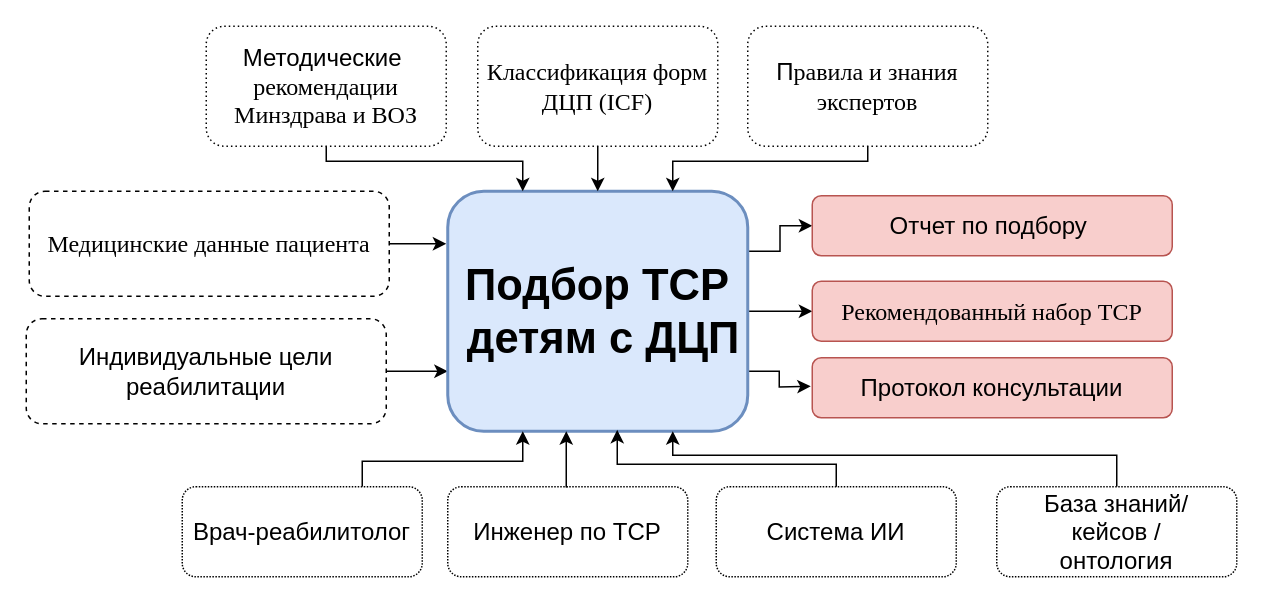
Earlier version of the draw.io diagram project/tobe_idef_0.drawio (oksana-niki/intelligent-systems-lab). Source tidied: cells renumbered, new cells numbered last; positions are measured from the earlier drawing's top-left corner, leaving out a move shared by most shapes. Both pictures are drawn from the tidied source at 150%, with x=0, y=0 at pixel (26, 26).
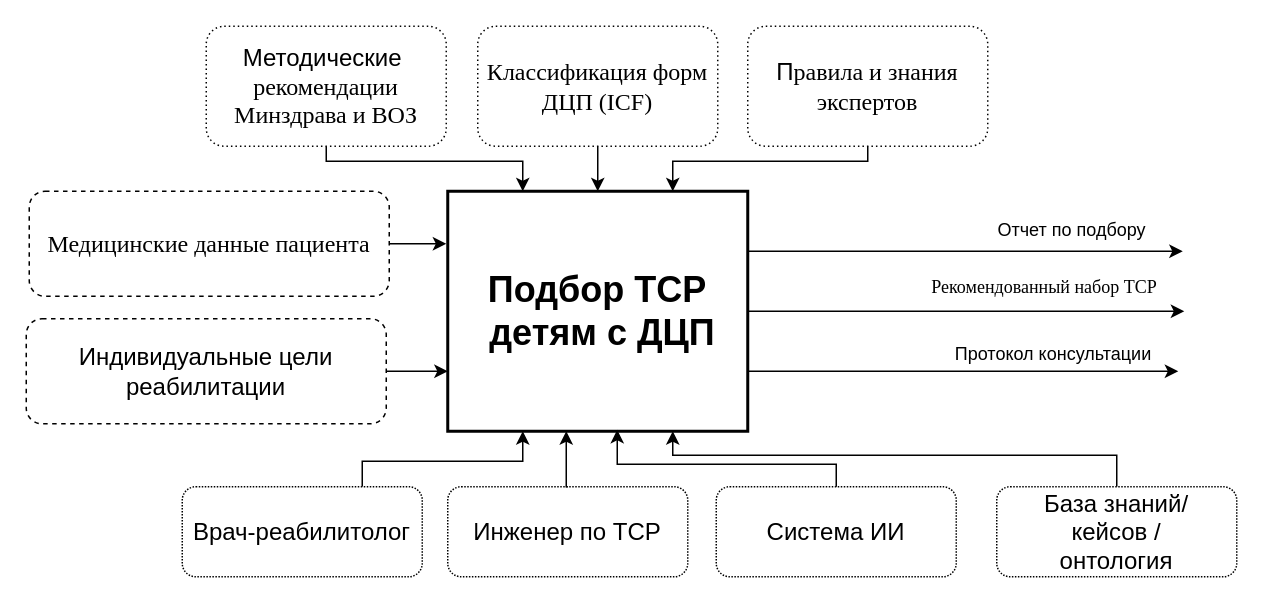
Above is the later version.

What changed in the source:
```diff
@@
-    <mxCell id="6" style="edgeStyle=orthogonalEdgeStyle;rounded=0;jettySize=auto;html=1;exitX=1;exitY=0.25;exitDx=0;exitDy=0;entryX=0;entryY=0.5;entryDx=0;entryDy=0;" parent="1" edge="1" source="9" target="10">
-      <mxGeometry relative="1" as="geometry" />
-    </mxCell>
-    <mxCell id="7" style="edgeStyle=orthogonalEdgeStyle;rounded=0;jettySize=auto;html=1;exitX=1;exitY=0.75;exitDx=0;exitDy=0;" parent="1" edge="1" source="9">
-      <mxGeometry relative="1" as="geometry">
-        <mxPoint x="523" y="240" as="targetPoint" />
-      </mxGeometry>
-    </mxCell>
-    <mxCell id="8" style="edgeStyle=orthogonalEdgeStyle;rounded=0;jettySize=auto;html=1;exitX=1;exitY=0.5;exitDx=0;exitDy=0;entryX=0;entryY=0.5;entryDx=0;entryDy=0;" parent="1" edge="1" source="9" target="11">
-      <mxGeometry relative="1" as="geometry" />
-    </mxCell>
+    <mxCell id="27" style="edgeStyle=orthogonalEdgeStyle;rounded=0;jettySize=auto;html=1;exitX=1;exitY=0.25;exitDx=0;exitDy=0;" parent="1" edge="1" source="9">
+      <mxGeometry relative="1" as="geometry">
+        <mxPoint x="771" y="150" as="targetPoint" />
+      </mxGeometry>
+    </mxCell>
+    <mxCell id="28" style="edgeStyle=orthogonalEdgeStyle;rounded=0;jettySize=auto;html=1;exitX=1;exitY=0.5;exitDx=0;exitDy=0;" parent="1" edge="1" source="9">
+      <mxGeometry relative="1" as="geometry">
+        <mxPoint x="772" y="190" as="targetPoint" />
+      </mxGeometry>
+    </mxCell>
+    <mxCell id="29" style="edgeStyle=orthogonalEdgeStyle;rounded=0;jettySize=auto;html=1;exitX=1;exitY=0.75;exitDx=0;exitDy=0;" parent="1" edge="1" source="9">
+      <mxGeometry relative="1" as="geometry">
+        <mxPoint x="768" y="230" as="targetPoint" />
+      </mxGeometry>
+    </mxCell>
-    <mxCell id="9" value="Подбор ТСР&lt;div&gt;&amp;nbsp;детям с ДЦП&lt;/div&gt;" style="rounded=1;whiteSpace=wrap;html=1;fillColor=#dae8fc;strokeColor=#6c8ebf;fontSize=29;fontStyle=1;strokeWidth=2;" parent="1" vertex="1">
+    <mxCell id="9" value="Подбор ТСР&lt;div&gt;&amp;nbsp;детям с ДЦП&lt;/div&gt;" style="rounded=0;whiteSpace=wrap;html=1;fontSize=24;fontStyle=1;strokeWidth=2;" parent="1" vertex="1">
       <mxGeometry x="281" y="110" width="200" height="160" as="geometry" />
     </mxCell>
-    <mxCell id="10" value="&lt;div style=&quot;text-align: left;&quot;&gt;&lt;span style=&quot;text-align: center;&quot;&gt;Отчет по подбору&amp;nbsp;&lt;/span&gt;&lt;/div&gt;" style="rounded=1;whiteSpace=wrap;html=1;fontSize=16;fillColor=#f8cecc;strokeColor=#b85450;" parent="1" vertex="1">
-      <mxGeometry x="524" y="113" width="240" height="40" as="geometry" />
-    </mxCell>
-    <mxCell id="11" value="&lt;span style=&quot;font-family: Times; text-align: left;&quot;&gt;Рекомендованный набор ТСР&lt;/span&gt;" style="rounded=1;whiteSpace=wrap;html=1;fontSize=16;fillColor=#f8cecc;strokeColor=#b85450;" parent="1" vertex="1">
-      <mxGeometry x="524" y="170" width="240" height="40" as="geometry" />
-    </mxCell>
-    <mxCell id="12" value="Протокол консультации" style="rounded=1;whiteSpace=wrap;html=1;fontSize=16;fillColor=#f8cecc;strokeColor=#b85450;" parent="1" vertex="1">
-      <mxGeometry x="524" y="221" width="240" height="40" as="geometry" />
-    </mxCell>
@@
+    <mxCell id="10" value="&lt;span&gt;Отчет по подбору&amp;nbsp;&lt;/span&gt;" style="text;html=1;align=center;verticalAlign=middle;whiteSpace=wrap;rounded=0;fontSize=12;" parent="1" vertex="1">
+      <mxGeometry x="579" y="126" width="240" height="20" as="geometry" />
+    </mxCell>
+    <mxCell id="11" value="&lt;span style=&quot;font-family: Times; text-align: left;&quot;&gt;Рекомендованный набор ТСР&lt;/span&gt;" style="text;html=1;align=center;verticalAlign=middle;whiteSpace=wrap;rounded=0;fontSize=12;" parent="1" vertex="1">
+      <mxGeometry x="559" y="164" width="240" height="20" as="geometry" />
+    </mxCell>
+    <mxCell id="12" value="&lt;span&gt;Протокол консультации&lt;/span&gt;" style="text;html=1;align=center;verticalAlign=middle;whiteSpace=wrap;rounded=0;fontSize=12;" parent="1" vertex="1">
+      <mxGeometry x="565" y="209" width="240" height="20" as="geometry" />
+    </mxCell>
```
